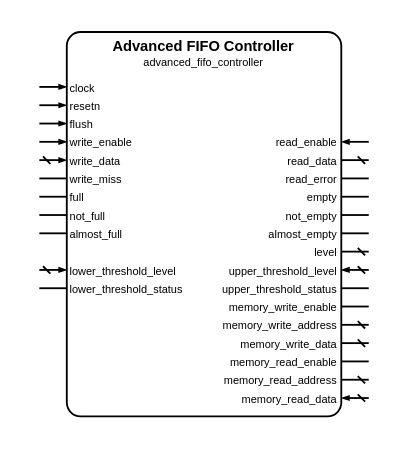
Earlier version of the draw.io diagram sources/data/controllers/advanced_fifo/advanced_fifo_controller.symbol.drawio (Louis-DR/OmniCores-BuildingBlocks). Source tidied: cells renumbered, new cells numbered last; positions are measured from the earlier drawing's top-left corner, leaving out a move shared by most shapes. Both pictures are drawn from the tidied source at 183%, with x=0, y=0 at pixel (38, 31).
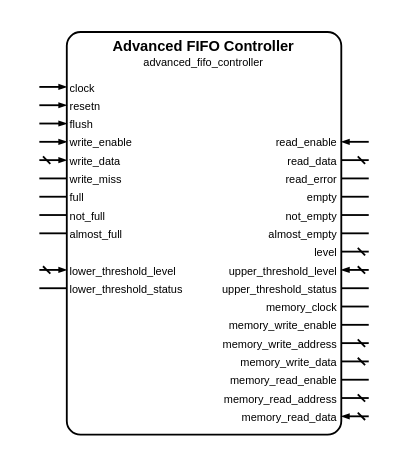
The same page after the edit.

Diff of the diagram source:
```diff
@@
     <mxCell id="2" style="group;" parent="1" vertex="1">
-      <mxGeometry width="180" height="210" as="geometry" />
+      <mxGeometry width="180" height="220" as="geometry" />
     </mxCell>
     <mxCell id="3" style="rounded=1;arcSize=5;fillColor=none;strokeWidth=1;strokeColor=black;whiteSpace=wrap;html=1;" parent="2" vertex="1">
-      <mxGeometry x="15" width="150" height="210" as="geometry" />
+      <mxGeometry x="15" width="150" height="220" as="geometry" />
     </mxCell>
@@
+    <mxCell id="58" value="memory_clock" style="text;html=1;align=right;verticalAlign=middle;whiteSpace=wrap;rounded=0;fontSize=6;fontStyle=0;fontColor=black;" parent="2" vertex="1">
+      <mxGeometry x="15" y="150" width="150" as="geometry" />
+    </mxCell>
+    <mxCell id="59" style="html=1;rounded=1;strokeWidth=1;strokeColor=black;startFill=0;startSize=2;startArrow=none;endFill=1;endSize=2;endArrow=none;sourcePerimeterSpacing=0;" parent="2" edge="1">
+      <mxGeometry relative="1" as="geometry">
+        <mxPoint x="180" y="150" as="sourcePoint" />
+        <mxPoint x="165" y="150" as="targetPoint" />
+      </mxGeometry>
+    </mxCell>
     <mxCell id="46" value="memory_write_enable" style="text;html=1;align=right;verticalAlign=middle;whiteSpace=wrap;rounded=0;fontSize=6;fontStyle=0;fontColor=black;" parent="2" vertex="1">
-      <mxGeometry x="15" y="150" width="150" as="geometry" />
+      <mxGeometry x="15" y="160" width="150" as="geometry" />
     </mxCell>
     <mxCell id="47" style="html=1;rounded=1;strokeWidth=1;strokeColor=black;startFill=0;startSize=2;startArrow=none;endFill=1;endSize=2;endArrow=none;sourcePerimeterSpacing=0;" parent="2" edge="1">
       <mxGeometry relative="1" as="geometry">
-        <mxPoint x="180" y="150" as="sourcePoint" />
-        <mxPoint x="165" y="150" as="targetPoint" />
+        <mxPoint x="180" y="160" as="sourcePoint" />
+        <mxPoint x="165" y="160" as="targetPoint" />
       </mxGeometry>
     </mxCell>
     <mxCell id="48" value="memory_write_address" style="text;html=1;align=right;verticalAlign=middle;whiteSpace=wrap;rounded=0;fontSize=6;fontStyle=0;fontColor=black;" parent="2" vertex="1">
-      <mxGeometry x="15" y="160" width="150" as="geometry" />
+      <mxGeometry x="15" y="170" width="150" as="geometry" />
     </mxCell>
     <mxCell id="49" style="html=1;rounded=1;strokeWidth=1;strokeColor=black;startFill=0;startSize=2;startArrow=dash;endFill=1;endSize=2;endArrow=none;sourcePerimeterSpacing=0;" parent="2" edge="1">
       <mxGeometry relative="1" as="geometry">
-        <mxPoint x="180" y="160" as="sourcePoint" />
-        <mxPoint x="165" y="160" as="targetPoint" />
+        <mxPoint x="180" y="170" as="sourcePoint" />
+        <mxPoint x="165" y="170" as="targetPoint" />
       </mxGeometry>
     </mxCell>
     <mxCell id="50" value="memory_write_data" style="text;html=1;align=right;verticalAlign=middle;whiteSpace=wrap;rounded=0;fontSize=6;fontStyle=0;fontColor=black;" parent="2" vertex="1">
-      <mxGeometry x="15" y="170" width="150" as="geometry" />
+      <mxGeometry x="15" y="180" width="150" as="geometry" />
     </mxCell>
     <mxCell id="51" style="html=1;rounded=1;strokeWidth=1;strokeColor=black;startFill=0;startSize=2;startArrow=dash;endFill=1;endSize=2;endArrow=none;sourcePerimeterSpacing=0;" parent="2" edge="1">
       <mxGeometry relative="1" as="geometry">
-        <mxPoint x="180" y="170" as="sourcePoint" />
-        <mxPoint x="165" y="170" as="targetPoint" />
+        <mxPoint x="180" y="180" as="sourcePoint" />
+        <mxPoint x="165" y="180" as="targetPoint" />
       </mxGeometry>
     </mxCell>
     <mxCell id="52" value="memory_read_enable" style="text;html=1;align=right;verticalAlign=middle;whiteSpace=wrap;rounded=0;fontSize=6;fontStyle=0;fontColor=black;" parent="2" vertex="1">
-      <mxGeometry x="15" y="180" width="150" as="geometry" />
+      <mxGeometry x="15" y="190" width="150" as="geometry" />
     </mxCell>
     <mxCell id="53" style="html=1;rounded=1;strokeWidth=1;strokeColor=black;startFill=0;startSize=2;startArrow=none;endFill=1;endSize=2;endArrow=none;sourcePerimeterSpacing=0;" parent="2" edge="1">
       <mxGeometry relative="1" as="geometry">
-        <mxPoint x="180" y="180" as="sourcePoint" />
-        <mxPoint x="165" y="180" as="targetPoint" />
+        <mxPoint x="180" y="190" as="sourcePoint" />
+        <mxPoint x="165" y="190" as="targetPoint" />
       </mxGeometry>
     </mxCell>
     <mxCell id="54" value="memory_read_address" style="text;html=1;align=right;verticalAlign=middle;whiteSpace=wrap;rounded=0;fontSize=6;fontStyle=0;fontColor=black;" parent="2" vertex="1">
-      <mxGeometry x="15" y="190" width="150" as="geometry" />
+      <mxGeometry x="15" y="200" width="150" as="geometry" />
     </mxCell>
     <mxCell id="55" style="html=1;rounded=1;strokeWidth=1;strokeColor=black;startFill=0;startSize=2;startArrow=dash;endFill=1;endSize=2;endArrow=none;sourcePerimeterSpacing=0;" parent="2" edge="1">
       <mxGeometry relative="1" as="geometry">
-        <mxPoint x="180" y="190" as="sourcePoint" />
-        <mxPoint x="165" y="190" as="targetPoint" />
+        <mxPoint x="180" y="200" as="sourcePoint" />
+        <mxPoint x="165" y="200" as="targetPoint" />
       </mxGeometry>
     </mxCell>
     <mxCell id="56" value="memory_read_data" style="text;html=1;align=right;verticalAlign=middle;whiteSpace=wrap;rounded=0;fontSize=6;fontStyle=0;fontColor=black;" parent="2" vertex="1">
-      <mxGeometry x="15" y="200" width="150" as="geometry" />
+      <mxGeometry x="15" y="210" width="150" as="geometry" />
     </mxCell>
     <mxCell id="57" style="html=1;rounded=1;strokeWidth=1;strokeColor=black;startFill=0;startSize=2;startArrow=dash;endFill=1;endSize=2;endArrow=blockThin;sourcePerimeterSpacing=0;" parent="2" edge="1">
       <mxGeometry relative="1" as="geometry">
-        <mxPoint x="180" y="200" as="sourcePoint" />
-        <mxPoint x="165" y="200" as="targetPoint" />
+        <mxPoint x="180" y="210" as="sourcePoint" />
+        <mxPoint x="165" y="210" as="targetPoint" />
       </mxGeometry>
     </mxCell>
```
